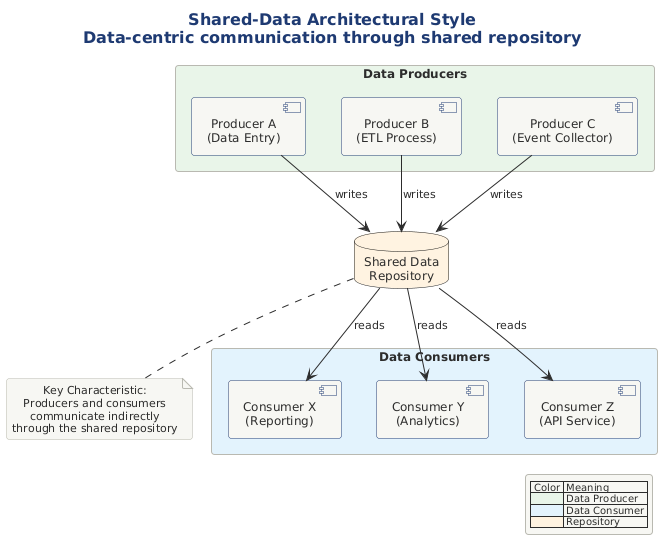
Before: src/architecture/views-and-beyond/style-catalogs/component-and-connector/shared-data-style/png/architectural-style-data-centric.png, a diagram exported from PlantUML (Notoriousjayy/latex-docs). Its diagram source:
```plantuml
@startuml

title Shared-Data Architectural Style\nData-centric communication through shared repository

!include ../../../../../../tooling/styles/plantuml/structural/deployment-diagram-style.iuml

database "Shared Data\nRepository" as repo #FFF3E0

rectangle "Data Producers" as producers #E8F5E9 {
    [Producer A\n(Data Entry)] as prodA
    [Producer B\n(ETL Process)] as prodB
    [Producer C\n(Event Collector)] as prodC
}

rectangle "Data Consumers" as consumers #E3F2FD {
    [Consumer X\n(Reporting)] as consX
    [Consumer Y\n(Analytics)] as consY
    [Consumer Z\n(API Service)] as consZ
}

prodA --> repo : writes
prodB --> repo : writes
prodC --> repo : writes

repo --> consX : reads
repo --> consY : reads
repo --> consZ : reads

note bottom of repo
  Key Characteristic:
  Producers and consumers
  communicate indirectly
  through the shared repository
end note

legend right
  | Color | Meaning |
  |<#E8F5E9>| Data Producer |
  |<#E3F2FD>| Data Consumer |
  |<#FFF3E0>| Repository |
endlegend

@enduml
```
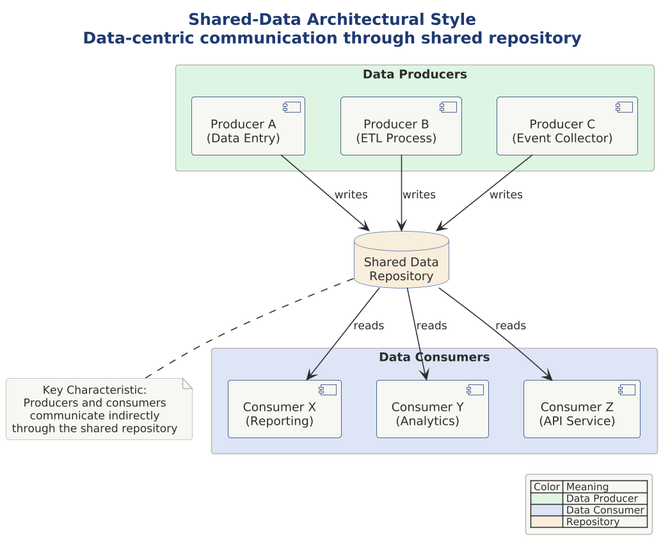
After the change.

What changed in the source:
```diff
@@ -1,18 +1,23 @@
 @startuml
+
+skinparam dpi 150
+
+
+
 
 title Shared-Data Architectural Style\nData-centric communication through shared repository
 
 !include ../../../../../../tooling/styles/plantuml/structural/deployment-diagram-style.iuml
 
-database "Shared Data\nRepository" as repo #FFF3E0
+database "Shared Data\nRepository" as repo $fill_caution
 
-rectangle "Data Producers" as producers #E8F5E9 {
+rectangle "Data Producers" as producers $fill_ok {
     [Producer A\n(Data Entry)] as prodA
     [Producer B\n(ETL Process)] as prodB
     [Producer C\n(Event Collector)] as prodC
 }
 
-rectangle "Data Consumers" as consumers #E3F2FD {
+rectangle "Data Consumers" as consumers $fill_primary {
     [Consumer X\n(Reporting)] as consX
     [Consumer Y\n(Analytics)] as consY
     [Consumer Z\n(API Service)] as consZ
@@ -35,9 +40,9 @@
 
 legend right
   | Color | Meaning |
-  |<#E8F5E9>| Data Producer |
-  |<#E3F2FD>| Data Consumer |
-  |<#FFF3E0>| Repository |
+  |<$fill_ok>| Data Producer |
+  |<$fill_primary>| Data Consumer |
+  |<$fill_caution>| Repository |
 endlegend
 
 @enduml
```
